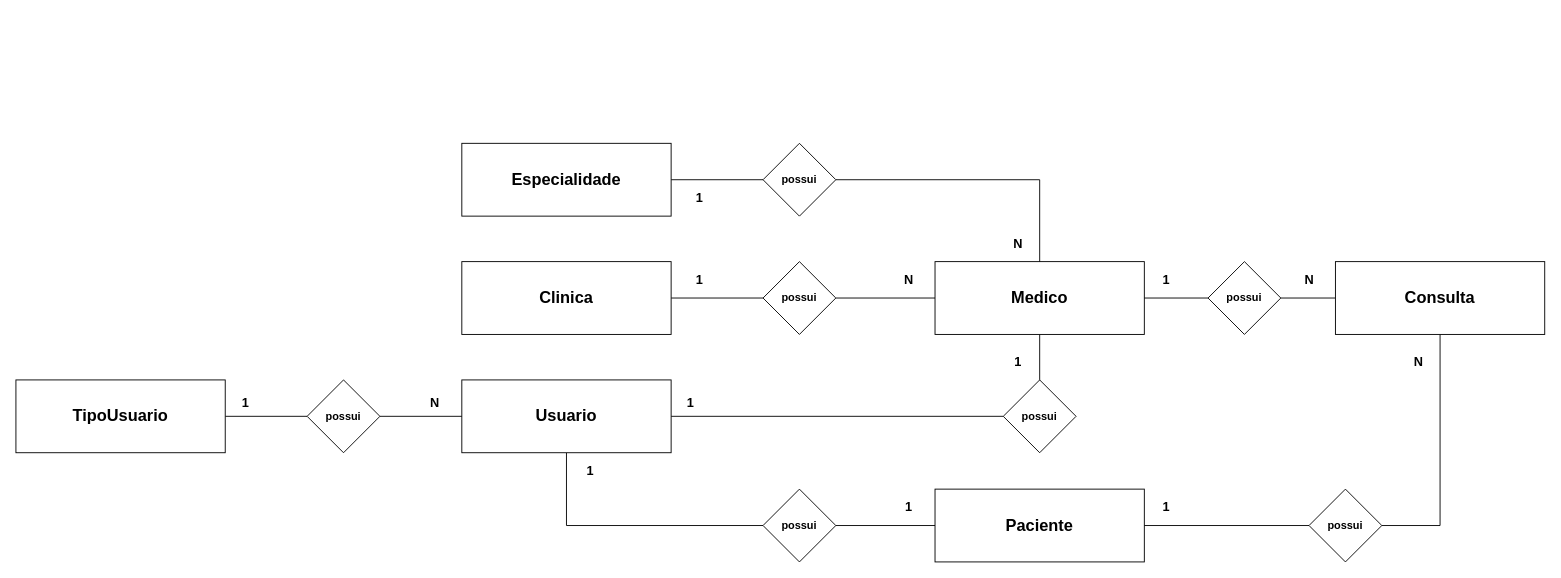
Before: page "Modelo Conceitual" (1 of 3) of 2° Termo/SpMedGroup/1 - DataBase/Modelagem/modelagem-db.drawio in EMarcolino/senaiDev, a draw.io diagram. Source tidied: cells renumbered, new cells numbered last; positions are measured from the earlier drawing's top-left corner, leaving out a move shared by most shapes. Both pictures are drawn from the tidied source at 91%, with x=0, y=0 at pixel (15, 143).
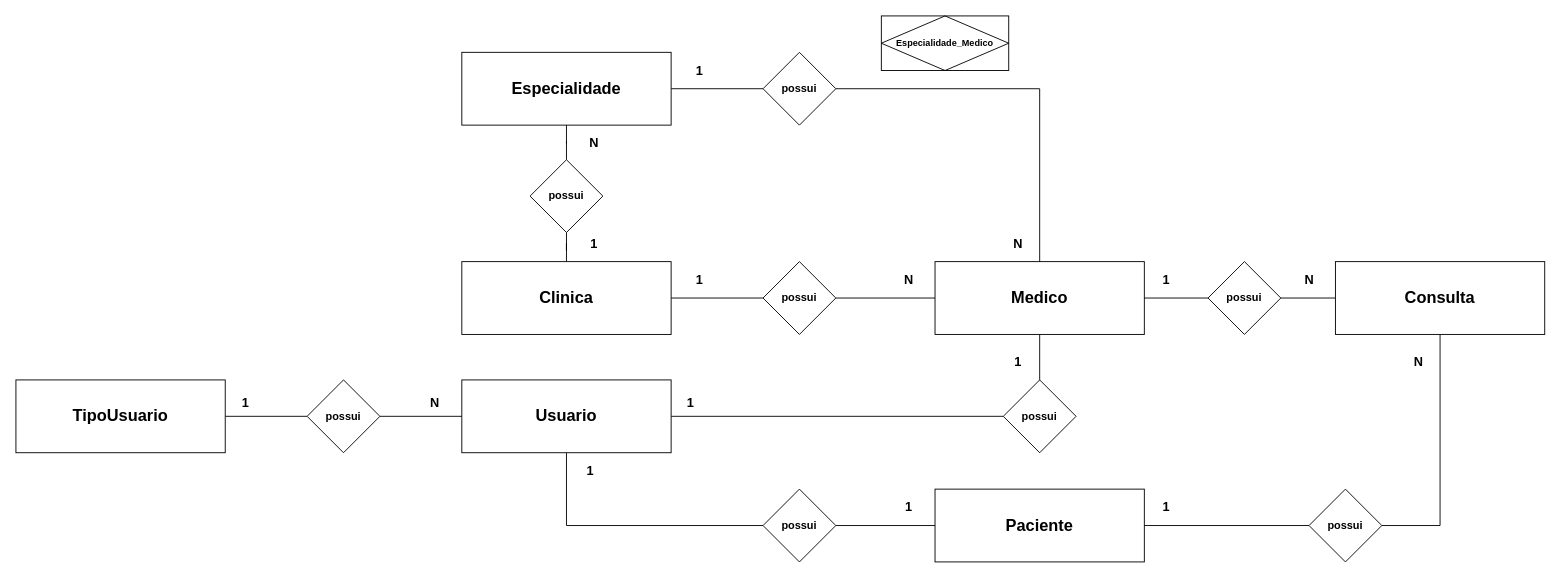
The same diagram, later.

Unchanged cells that the change refers to:
```xml
<mxCell id="12" value="&lt;font style=&quot;font-size: 18px&quot;&gt;&lt;b&gt;Clinica&lt;/b&gt;&lt;/font&gt;" style="rounded=0;whiteSpace=wrap;html=1;" parent="1" vertex="1">
  <mxGeometry x="490" y="130" width="230" height="80" as="geometry" />
</mxCell>
```

Diff of the diagram source:
```diff
@@
+    <mxCell id="44" style="edgeStyle=orthogonalEdgeStyle;rounded=0;jettySize=auto;html=1;endArrow=none;endFill=0;" parent="1" edge="1" source="12" target="46">
+      <mxGeometry relative="1" as="geometry" />
+    </mxCell>
@@
     <mxCell id="16" value="&lt;b&gt;possui&lt;/b&gt;" style="rhombus;whiteSpace=wrap;html=1;" parent="1" vertex="1">
-      <mxGeometry x="821" width="80" height="80" as="geometry" />
+      <mxGeometry x="821" y="-100" width="80" height="80" as="geometry" />
     </mxCell>
@@
     <mxCell id="18" value="&lt;font style=&quot;font-size: 18px&quot;&gt;&lt;b&gt;Especialidade&lt;/b&gt;&lt;/font&gt;" style="rounded=0;whiteSpace=wrap;html=1;" parent="1" vertex="1">
-      <mxGeometry x="490" width="230" height="80" as="geometry" />
+      <mxGeometry x="490" y="-100" width="230" height="80" as="geometry" />
     </mxCell>
@@
     <mxCell id="26" value="&lt;font style=&quot;font-size: 14px&quot;&gt;&lt;b&gt;1&lt;/b&gt;&lt;/font&gt;" style="text;html=1;align=center;verticalAlign=middle;" parent="1" vertex="1">
-      <mxGeometry x="741" y="50" width="20" height="20" as="geometry" />
+      <mxGeometry x="741" y="-90" width="20" height="20" as="geometry" />
     </mxCell>
@@
+    <mxCell id="45" style="edgeStyle=orthogonalEdgeStyle;rounded=0;jettySize=auto;html=1;endArrow=none;endFill=0;" parent="1" edge="1" source="46" target="18">
+      <mxGeometry relative="1" as="geometry" />
+    </mxCell>
+    <mxCell id="46" value="&lt;b&gt;possui&lt;/b&gt;" style="rhombus;whiteSpace=wrap;html=1;rounded=0;" parent="1" vertex="1">
+      <mxGeometry x="565" y="18" width="80" height="80" as="geometry" />
+    </mxCell>
+    <mxCell id="47" value="&lt;font style=&quot;font-size: 14px&quot;&gt;&lt;b&gt;1&lt;/b&gt;&lt;/font&gt;" style="text;html=1;align=center;verticalAlign=middle;" parent="1" vertex="1">
+      <mxGeometry x="625" y="100" width="20" height="20" as="geometry" />
+    </mxCell>
+    <mxCell id="48" value="&lt;font style=&quot;font-size: 14px&quot;&gt;&lt;b&gt;N&lt;/b&gt;&lt;/font&gt;" style="text;html=1;align=center;verticalAlign=middle;" parent="1" vertex="1">
+      <mxGeometry x="620" y="-10" width="30" height="20" as="geometry" />
+    </mxCell>
+    <mxCell id="49" value="&lt;b&gt;&lt;font style=&quot;font-size: 10px&quot;&gt;Especialidade_Medico&lt;/font&gt;&lt;/b&gt;" style="shape=associativeEntity;whiteSpace=wrap;html=1;align=center;" parent="1" vertex="1">
+      <mxGeometry x="951" y="-140" width="140" height="60" as="geometry" />
+    </mxCell>
```
